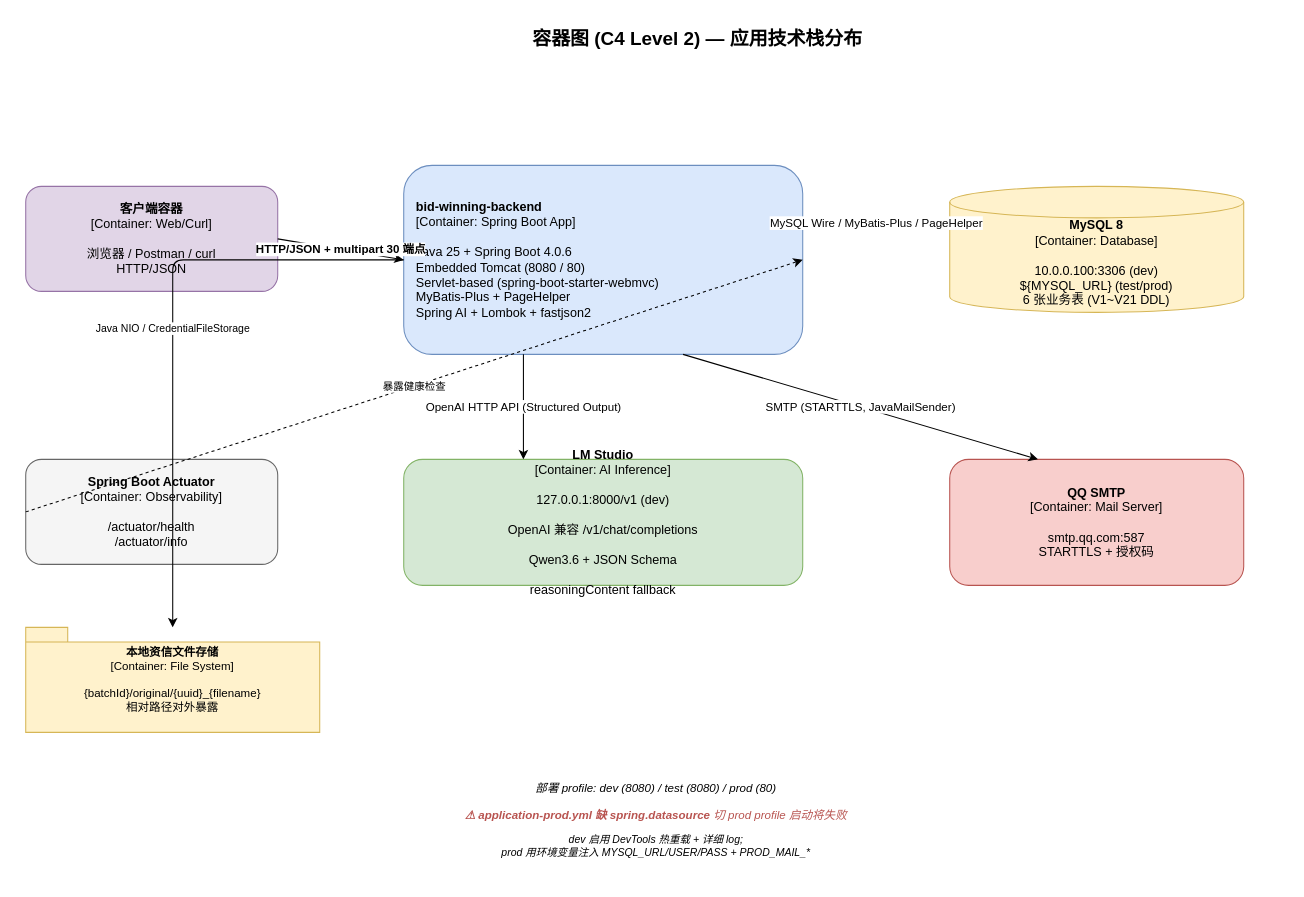
Before: page "2-Container (C4 L2)" (2 of 7) of docs/architecture-diagram.drawio in Jianshi-Lu/smart-bid-platform-be, a draw.io diagram. Source tidied: cells renumbered, new cells numbered last; positions are measured from the earlier drawing's top-left corner, leaving out a move shared by most shapes. Both pictures are drawn from the tidied source at 105%, with x=0, y=0 at pixel (25, 18).
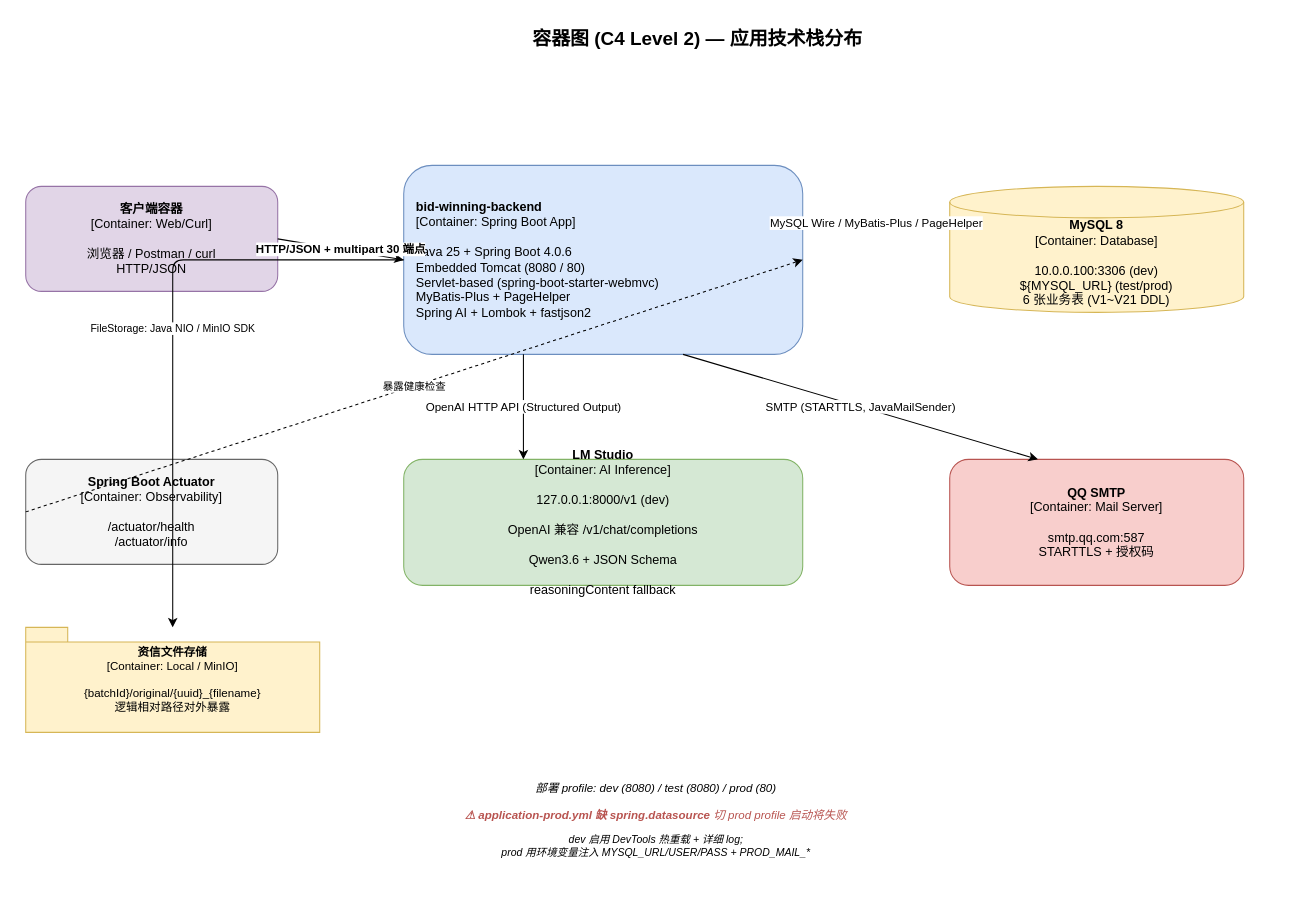
The same page after the edit.

Change to the diagram source:
```diff
@@
 <mxGraphModel>
   <root>
     <mxCell id="0" />
     <mxCell id="1" parent="0" />
     <mxCell id="2" value="容器图 (C4 Level 2) — 应用技术栈分布" style="text;html=1;strokeColor=none;fillColor=none;align=center;verticalAlign=middle;whiteSpace=wrap;rounded=0;fontSize=18;fontStyle=1;" parent="1" vertex="1">
       <mxGeometry x="290" width="700" height="40" as="geometry" />
     </mxCell>
     <mxCell id="3" value="&lt;b&gt;客户端容器&lt;/b&gt;&lt;br&gt;[Container: Web/Curl]&lt;br&gt;&lt;br&gt;浏览器 / Postman / curl&lt;br&gt;HTTP/JSON" style="rounded=1;whiteSpace=wrap;html=1;fillColor=#e1d5e7;strokeColor=#9673a6;fontSize=12;" parent="1" vertex="1">
       <mxGeometry y="160" width="240" height="100" as="geometry" />
     </mxCell>
     <mxCell id="4" value="&lt;b&gt;bid-winning-backend&lt;/b&gt;&lt;br&gt;[Container: Spring Boot App]&lt;br&gt;&lt;br&gt;Java 25 + Spring Boot 4.0.6&lt;br&gt;Embedded Tomcat (8080 / 80)&lt;br&gt;Servlet-based (spring-boot-starter-webmvc)&lt;br&gt;MyBatis-Plus + PageHelper&lt;br&gt;Spring AI + Lombok + fastjson2" style="rounded=1;whiteSpace=wrap;html=1;fillColor=#dae8fc;strokeColor=#6c8ebf;fontSize=12;align=left;spacingLeft=10;" parent="1" vertex="1">
       <mxGeometry x="360" y="140" width="380" height="180" as="geometry" />
     </mxCell>
     <mxCell id="5" value="&lt;b&gt;MySQL 8&lt;/b&gt;&lt;br&gt;[Container: Database]&lt;br&gt;&lt;br&gt;10.0.0.100:3306 (dev)&lt;br&gt;${MYSQL_URL} (test/prod)&lt;br&gt;6 张业务表 (V1~V21 DDL)" style="shape=cylinder3;whiteSpace=wrap;html=1;boundedLbl=1;backgroundOutline=1;size=15;fillColor=#fff2cc;strokeColor=#d6b656;fontSize=12;" parent="1" vertex="1">
       <mxGeometry x="880" y="160" width="280" height="120" as="geometry" />
     </mxCell>
     <mxCell id="6" value="&lt;b&gt;LM Studio&lt;/b&gt;&lt;br&gt;[Container: AI Inference]&lt;br&gt;&lt;br&gt;127.0.0.1:8000/v1 (dev)&#10;&lt;br&gt;OpenAI 兼容 /v1/chat/completions&#10;&lt;br&gt;Qwen3.6 + JSON Schema&#10;&lt;br&gt;reasoningContent fallback" style="rounded=1;whiteSpace=wrap;html=1;fillColor=#d5e8d4;strokeColor=#82b366;fontSize=12;" parent="1" vertex="1">
       <mxGeometry x="360" y="420" width="380" height="120" as="geometry" />
     </mxCell>
     <mxCell id="7" value="&lt;b&gt;QQ SMTP&lt;/b&gt;&lt;br&gt;[Container: Mail Server]&lt;br&gt;&lt;br&gt;smtp.qq.com:587&lt;br&gt;STARTTLS + 授权码" style="rounded=1;whiteSpace=wrap;html=1;fillColor=#f8cecc;strokeColor=#b85450;fontSize=12;" parent="1" vertex="1">
       <mxGeometry x="880" y="420" width="280" height="120" as="geometry" />
     </mxCell>
     <mxCell id="8" value="&lt;b&gt;Spring Boot Actuator&lt;/b&gt;&lt;br&gt;[Container: Observability]&lt;br&gt;&lt;br&gt;/actuator/health&lt;br&gt;/actuator/info" style="rounded=1;whiteSpace=wrap;html=1;fillColor=#f5f5f5;strokeColor=#666666;fontSize=12;" parent="1" vertex="1">
       <mxGeometry y="420" width="240" height="100" as="geometry" />
     </mxCell>
     <mxCell id="9" value="HTTP/JSON + multipart 30 端点" style="endArrow=classic;html=1;exitX=1;exitY=0.5;exitDx=0;exitDy=0;entryX=0;entryY=0.5;entryDx=0;entryDy=0;fontSize=11;fontStyle=1;" parent="1" edge="1" source="3" target="4">
       <mxGeometry relative="1" as="geometry" />
     </mxCell>
     <mxCell id="10" value="MySQL Wire / MyBatis-Plus / PageHelper" style="endArrow=classic;html=1;exitX=1;exitY=0.3;exitDx=0;exitDy=0;entryX=0;entryY=0.3;entryDx=0;entryDy=0;fontSize=11;" parent="1" edge="1" source="4" target="5">
       <mxGeometry relative="1" as="geometry" />
     </mxCell>
     <mxCell id="11" value="OpenAI HTTP API (Structured Output)" style="endArrow=classic;html=1;exitX=0.3;exitY=1;exitDx=0;exitDy=0;entryX=0.3;entryY=0;entryDx=0;entryDy=0;fontSize=11;" parent="1" edge="1" source="4" target="6">
       <mxGeometry relative="1" as="geometry" />
     </mxCell>
     <mxCell id="12" value="SMTP (STARTTLS, JavaMailSender)" style="endArrow=classic;html=1;exitX=0.7;exitY=1;exitDx=0;exitDy=0;entryX=0.3;entryY=0;entryDx=0;entryDy=0;fontSize=11;" parent="1" edge="1" source="4" target="7">
       <mxGeometry relative="1" as="geometry" />
     </mxCell>
     <mxCell id="13" value="暴露健康检查" style="endArrow=classic;html=1;exitX=0.3;exitY=0.5;exitDx=0;exitDy=0;entryX=1;entryY=0.5;entryDx=0;entryDy=0;fontSize=10;dashed=1;" parent="1" edge="1" source="8" target="4">
       <mxGeometry relative="1" as="geometry" />
     </mxCell>
-    <mxCell id="14" value="&lt;b&gt;本地资信文件存储&lt;/b&gt;&lt;br&gt;[Container: File System]&lt;br&gt;&lt;br&gt;{batchId}/original/{uuid}_{filename}&lt;br&gt;相对路径对外暴露" style="shape=folder;whiteSpace=wrap;html=1;tabWidth=40;tabHeight=14;tabPosition=left;fillColor=#fff2cc;strokeColor=#d6b656;fontSize=11;" parent="1" vertex="1">
+    <mxCell id="14" value="&lt;b&gt;资信文件存储&lt;/b&gt;&lt;br&gt;[Container: Local / MinIO]&lt;br&gt;&lt;br&gt;{batchId}/original/{uuid}_{filename}&lt;br&gt;逻辑相对路径对外暴露" style="shape=folder;whiteSpace=wrap;html=1;tabWidth=40;tabHeight=14;tabPosition=left;fillColor=#fff2cc;strokeColor=#d6b656;fontSize=11;" parent="1" vertex="1">
       <mxGeometry y="580" width="280" height="100" as="geometry" />
     </mxCell>
-    <mxCell id="15" value="Java NIO / CredentialFileStorage" style="endArrow=classic;html=1;edgeStyle=orthogonalEdgeStyle;fontSize=10;" parent="1" edge="1" source="4" target="14">
+    <mxCell id="15" value="FileStorage: Java NIO / MinIO SDK" style="endArrow=classic;html=1;edgeStyle=orthogonalEdgeStyle;fontSize=10;" parent="1" edge="1" source="4" target="14">
       <mxGeometry relative="1" as="geometry" />
     </mxCell>
     <mxCell id="16" value="&lt;i&gt;部署 profile: dev (8080) / test (8080) / prod (80)&#10;&lt;br&gt;&lt;font color=&quot;#b85450&quot;&gt;&lt;b&gt;⚠ application-prod.yml 缺 spring.datasource&lt;/b&gt;&lt;/font&gt;&lt;font color=&quot;#b85450&quot;&gt; 切 prod profile 启动将失败&lt;/font&gt;&lt;/i&gt;" style="text;html=1;strokeColor=none;fillColor=none;align=center;fontSize=11;" parent="1" vertex="1">
       <mxGeometry y="720" width="1200" height="30" as="geometry" />
     </mxCell>
     <mxCell id="17" value="&lt;i&gt;dev 启用 DevTools 热重载 + 详细 log;&lt;br&gt;prod 用环境变量注入 MYSQL_URL/USER/PASS + PROD_MAIL_*&lt;/i&gt;" style="text;html=1;strokeColor=none;fillColor=none;align=center;fontSize=10;" parent="1" vertex="1">
       <mxGeometry y="770" width="1200" height="50" as="geometry" />
     </mxCell>
   </root>
 </mxGraphModel>
```
